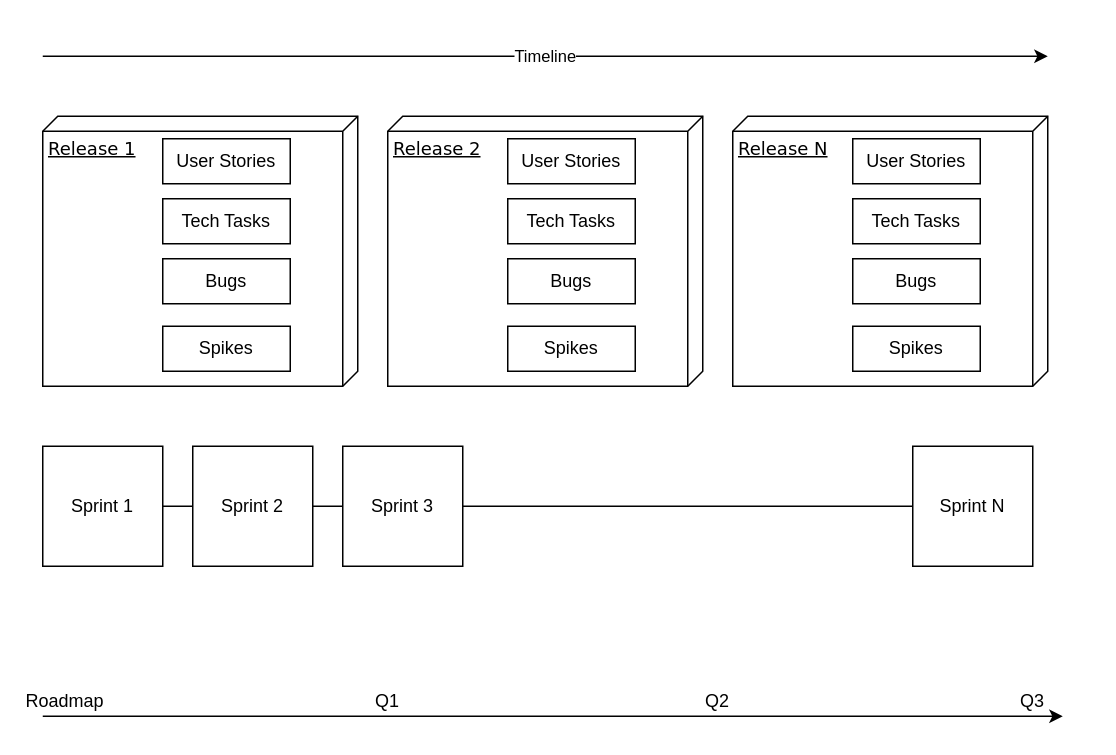
j-croix/Python_basics keeps this draw.io diagram as page "Jira - Structure" (1 of 2) of Untitled Diagram.drawio. Above is the earlier version. Source tidied: cells renumbered, new cells numbered last; positions are measured from the earlier drawing's top-left corner, leaving out a move shared by most shapes. Both pictures are drawn from the tidied source at 150%, with x=0, y=0 at pixel (42, 56).
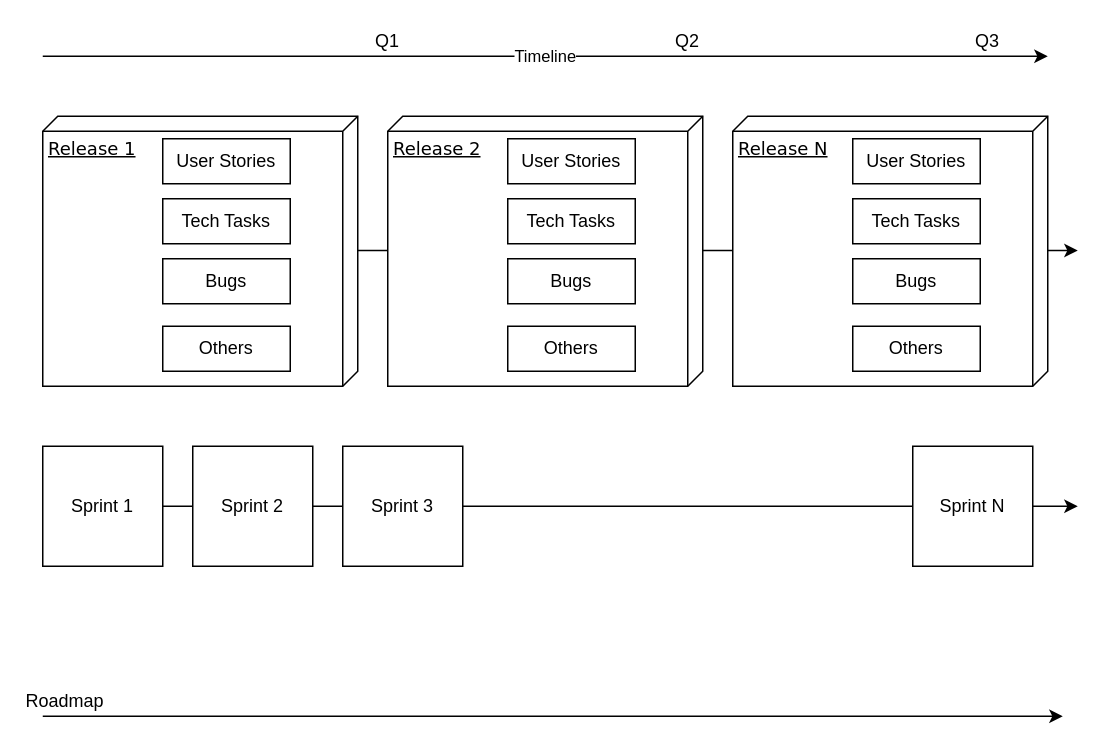
The same page after the edit.

Unchanged cells that the change refers to:
```xml
<mxCell id="24" value="Sprint 1" style="whiteSpace=wrap;html=1;" parent="1" vertex="1">
  <mxGeometry y="260" width="80" height="80" as="geometry" />
</mxCell>
<mxCell id="27" value="Sprint N" style="whiteSpace=wrap;html=1;" parent="1" vertex="1">
  <mxGeometry x="580" y="260" width="80" height="80" as="geometry" />
</mxCell>
```

The edit, as a diff of the source:
```diff
@@
+    <mxCell id="28" style="edgeStyle=orthogonalEdgeStyle;rounded=0;orthogonalLoop=1;jettySize=auto;html=1;exitX=0;exitY=0.5;exitDx=0;exitDy=0;" parent="1" edge="1">
+      <mxGeometry relative="1" as="geometry">
+        <mxPoint y="129.5" as="sourcePoint" />
+        <mxPoint x="690" y="129.5" as="targetPoint" />
+        <Array as="points">
+          <mxPoint x="500" y="129.5" />
+          <mxPoint x="500" y="129.5" />
+        </Array>
+      </mxGeometry>
+    </mxCell>
-    <mxCell id="2" style="edgeStyle=orthogonalEdgeStyle;rounded=0;jettySize=auto;html=1;exitX=0;exitY=0.5;exitDx=0;exitDy=0;entryX=1;entryY=0.5;entryDx=0;entryDy=0;" parent="1" edge="1" source="24" target="27">
+    <mxCell id="2" style="edgeStyle=orthogonalEdgeStyle;rounded=0;jettySize=auto;html=1;exitX=0;exitY=0.5;exitDx=0;exitDy=0;" parent="1" edge="1" source="24">
       <mxGeometry relative="1" as="geometry">
+        <mxPoint x="690" y="300" as="targetPoint" />
         <Array as="points">
           <mxPoint x="500" y="300" />
           <mxPoint x="500" y="300" />
         </Array>
       </mxGeometry>
     </mxCell>
@@
-    <mxCell id="16" value="Spikes" style="rounded=0;whiteSpace=wrap;html=1;" parent="1" vertex="1">
+    <mxCell id="16" value="Others" style="rounded=0;whiteSpace=wrap;html=1;" parent="1" vertex="1">
       <mxGeometry x="80" y="180" width="85" height="30" as="geometry" />
     </mxCell>
-    <mxCell id="17" value="Spikes" style="rounded=0;whiteSpace=wrap;html=1;" parent="1" vertex="1">
+    <mxCell id="17" value="Others" style="rounded=0;whiteSpace=wrap;html=1;" parent="1" vertex="1">
       <mxGeometry x="310" y="180" width="85" height="30" as="geometry" />
     </mxCell>
-    <mxCell id="18" value="Spikes" style="rounded=0;whiteSpace=wrap;html=1;" parent="1" vertex="1">
+    <mxCell id="18" value="Others" style="rounded=0;whiteSpace=wrap;html=1;" parent="1" vertex="1">
       <mxGeometry x="540" y="180" width="85" height="30" as="geometry" />
     </mxCell>
@@
     <mxCell id="20" value="Q1" style="text;html=1;strokeColor=none;fillColor=none;align=center;verticalAlign=middle;whiteSpace=wrap;rounded=0;" parent="1" vertex="1">
-      <mxGeometry x="210" y="420" width="40" height="20" as="geometry" />
+      <mxGeometry x="210" y="-20" width="40" height="20" as="geometry" />
     </mxCell>
     <mxCell id="21" value="Q2" style="text;html=1;strokeColor=none;fillColor=none;align=center;verticalAlign=middle;whiteSpace=wrap;rounded=0;" parent="1" vertex="1">
-      <mxGeometry x="430" y="420" width="40" height="20" as="geometry" />
+      <mxGeometry x="410" y="-20" width="40" height="20" as="geometry" />
     </mxCell>
@@
     <mxCell id="23" value="Q3" style="text;html=1;strokeColor=none;fillColor=none;align=center;verticalAlign=middle;whiteSpace=wrap;rounded=0;" parent="1" vertex="1">
-      <mxGeometry x="640" y="420" width="40" height="20" as="geometry" />
+      <mxGeometry x="610" y="-20" width="40" height="20" as="geometry" />
     </mxCell>
```
